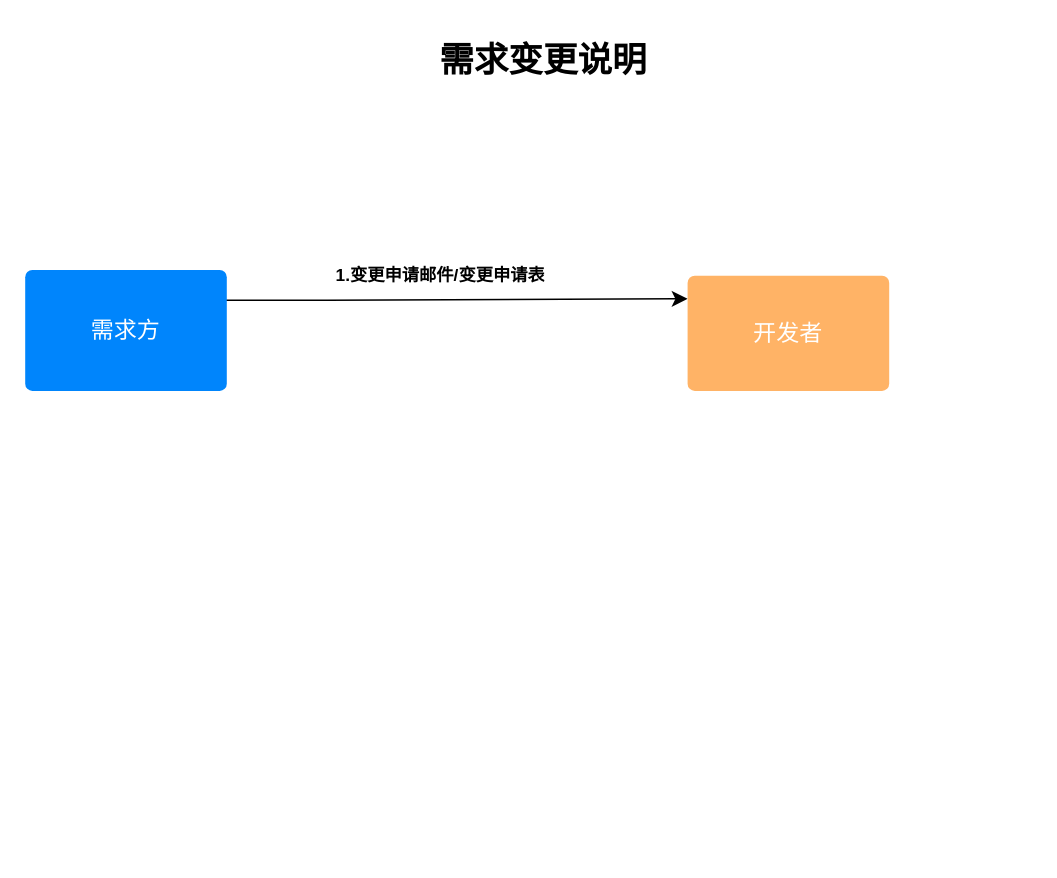
Above: 未命名绘图.drawio in ng-sec/flowchart (draw.io), before the change. Source tidied: cells renumbered, new cells numbered last; positions are measured from the earlier drawing's top-left corner, leaving out a move shared by most shapes. Both pictures are drawn from the tidied source at 144%, with x=0, y=0 at pixel (24, 39).
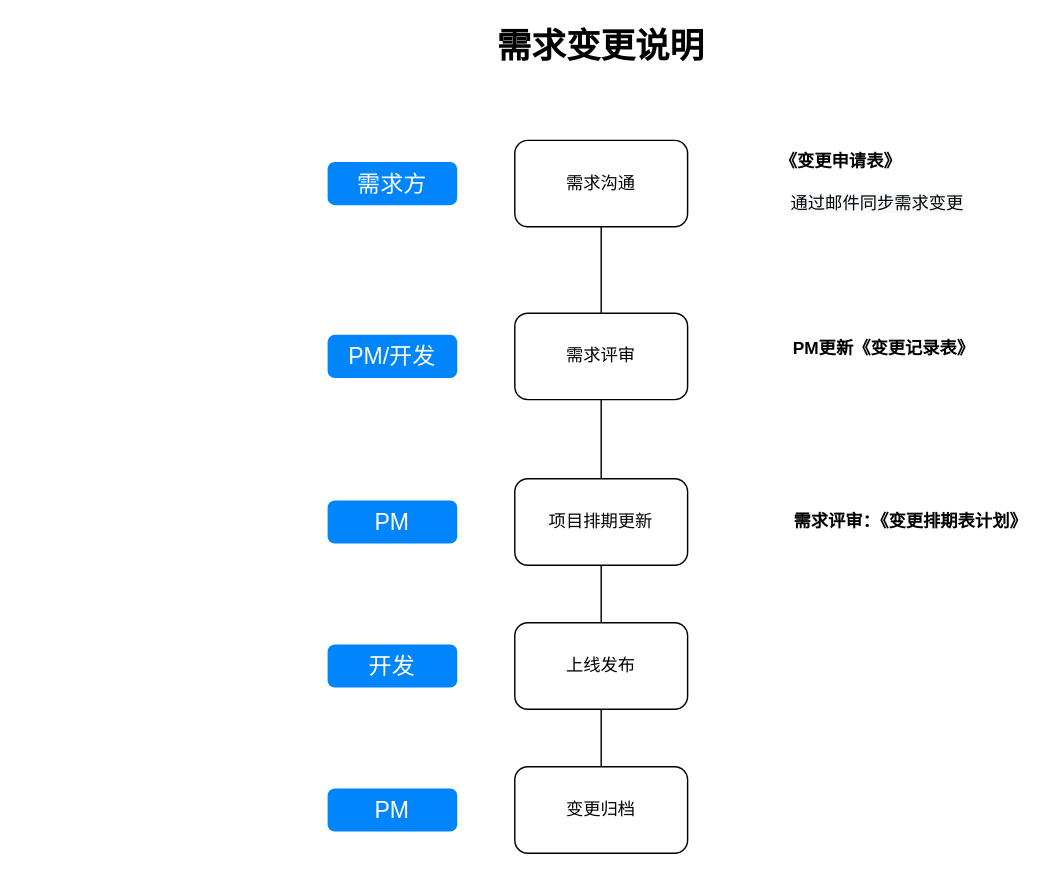
The same page after the edit.

Commit message (it also covers changes not shown here):
需求变更说明.drawio

The edit, as a diff of the source:
```diff
@@
-    <mxCell id="2" style="edgeStyle=orthogonalEdgeStyle;html=1;entryX=0;entryY=0.5;labelBackgroundColor=none;startFill=0;startSize=8;endFill=1;endSize=8;fontFamily=Verdana;fontSize=12;exitX=1;exitY=0.5;" parent="1" edge="1">
-      <mxGeometry relative="1" as="geometry">
-        <mxPoint x="130" y="180" as="sourcePoint" />
-        <mxPoint x="460" y="180" as="targetPoint" />
-        <Array as="points">
-          <mxPoint x="200" y="181" />
-          <mxPoint x="440" y="181" />
-        </Array>
-      </mxGeometry>
-    </mxCell>
     <mxCell id="3" value="需求变更说明" style="text;html=1;strokeColor=none;fillColor=none;align=center;verticalAlign=middle;whiteSpace=wrap;rounded=0;fontStyle=1;labelBackgroundColor=none;fontSize=24;" parent="1" vertex="1">
-      <mxGeometry x="280" width="160" height="30" as="geometry" />
+      <mxGeometry x="320" y="-10" width="160" height="30" as="geometry" />
     </mxCell>
-    <mxCell id="4" value="1.变更申请邮件/变更申请表" style="text;html=1;strokeColor=none;fillColor=none;spacingLeft=4;spacingRight=4;whiteSpace=wrap;overflow=hidden;rounded=1;fontStyle=1;" parent="1" vertex="1">
-      <mxGeometry x="210" y="150" width="160" height="26" as="geometry" />
-    </mxCell>
     <mxCell id="5" value="需求方" style="html=1;shadow=0;dashed=0;shape=mxgraph.bootstrap.rrect;rSize=5;strokeColor=none;strokeWidth=1;fillColor=#0085FC;fontColor=#FFFFFF;whiteSpace=wrap;align=center;verticalAlign=middle;spacingLeft=0;fontStyle=0;fontSize=16;spacing=5;labelBackgroundColor=none;" parent="1" vertex="1">
-      <mxGeometry y="160" width="140" height="84" as="geometry" />
+      <mxGeometry x="210" y="85" width="90" height="30" as="geometry" />
     </mxCell>
-    <mxCell id="6" value="开发者" style="html=1;shadow=0;dashed=0;shape=mxgraph.bootstrap.rrect;rSize=5;strokeColor=none;strokeWidth=1;fillColor=#FFB366;fontColor=#FFFFFF;whiteSpace=wrap;align=center;verticalAlign=middle;spacingLeft=0;fontStyle=0;fontSize=16;spacing=5;labelBackgroundColor=none;" parent="1" vertex="1">
-      <mxGeometry x="460" y="164" width="140" height="80" as="geometry" />
-    </mxCell>
+    <mxCell id="7" style="edgeStyle=orthogonalEdgeStyle;rounded=0;jettySize=auto;html=1;exitX=0.5;exitY=1;exitDx=0;exitDy=0;endArrow=none;endFill=0;" parent="1" edge="1" source="8">
+      <mxGeometry relative="1" as="geometry">
+        <mxPoint x="400" y="190" as="targetPoint" />
+      </mxGeometry>
+    </mxCell>
+    <mxCell id="8" value="需求沟通" style="rounded=1;whiteSpace=wrap;html=1;" parent="1" vertex="1">
+      <mxGeometry x="340" y="70" width="120" height="60" as="geometry" />
+    </mxCell>
+    <mxCell id="9" value="《变更申请表》" style="text;html=1;strokeColor=none;fillColor=none;align=center;verticalAlign=middle;whiteSpace=wrap;rounded=0;fontStyle=1;" parent="1" vertex="1">
+      <mxGeometry x="480" y="70" width="172.5" height="30" as="geometry" />
+    </mxCell>
+    <mxCell id="10" value="需求评审：《变更排期表计划》" style="text;html=1;strokeColor=none;fillColor=none;align=center;verticalAlign=middle;whiteSpace=wrap;rounded=0;fontStyle=1;" parent="1" vertex="1">
+      <mxGeometry x="530" y="320" width="170" height="30" as="geometry" />
+    </mxCell>
+    <mxCell id="11" style="edgeStyle=orthogonalEdgeStyle;rounded=0;jettySize=auto;html=1;exitX=0.5;exitY=1;exitDx=0;exitDy=0;entryX=0.5;entryY=0;entryDx=0;entryDy=0;endArrow=none;endFill=0;" parent="1" edge="1" source="12" target="15">
+      <mxGeometry relative="1" as="geometry" />
+    </mxCell>
+    <mxCell id="12" value="需求评审" style="rounded=1;whiteSpace=wrap;html=1;" parent="1" vertex="1">
+      <mxGeometry x="340" y="190" width="120" height="60" as="geometry" />
+    </mxCell>
+    <mxCell id="13" value="PM/开发" style="html=1;shadow=0;dashed=0;shape=mxgraph.bootstrap.rrect;rSize=5;strokeColor=none;strokeWidth=1;fillColor=#0085FC;fontColor=#FFFFFF;whiteSpace=wrap;align=center;verticalAlign=middle;spacingLeft=0;fontStyle=0;fontSize=16;spacing=5;labelBackgroundColor=none;" parent="1" vertex="1">
+      <mxGeometry x="210" y="205" width="90" height="30" as="geometry" />
+    </mxCell>
+    <mxCell id="14" style="edgeStyle=orthogonalEdgeStyle;rounded=0;jettySize=auto;html=1;exitX=0.5;exitY=1;exitDx=0;exitDy=0;entryX=0.5;entryY=0;entryDx=0;entryDy=0;endArrow=none;endFill=0;" parent="1" edge="1" source="15" target="17">
+      <mxGeometry relative="1" as="geometry" />
+    </mxCell>
+    <mxCell id="15" value="项目排期更新" style="rounded=1;whiteSpace=wrap;html=1;" parent="1" vertex="1">
+      <mxGeometry x="340" y="305" width="120" height="60" as="geometry" />
+    </mxCell>
+    <mxCell id="16" style="edgeStyle=orthogonalEdgeStyle;rounded=0;jettySize=auto;html=1;exitX=0.5;exitY=1;exitDx=0;exitDy=0;entryX=0.5;entryY=0;entryDx=0;entryDy=0;endArrow=none;endFill=0;" parent="1" edge="1" source="17" target="18">
+      <mxGeometry relative="1" as="geometry" />
+    </mxCell>
+    <mxCell id="17" value="上线发布" style="rounded=1;whiteSpace=wrap;html=1;" parent="1" vertex="1">
+      <mxGeometry x="340" y="405" width="120" height="60" as="geometry" />
+    </mxCell>
+    <mxCell id="18" value="变更归档" style="rounded=1;whiteSpace=wrap;html=1;" parent="1" vertex="1">
+      <mxGeometry x="340" y="505" width="120" height="60" as="geometry" />
+    </mxCell>
+    <mxCell id="19" value="PM" style="html=1;shadow=0;dashed=0;shape=mxgraph.bootstrap.rrect;rSize=5;strokeColor=none;strokeWidth=1;fillColor=#0085FC;fontColor=#FFFFFF;whiteSpace=wrap;align=center;verticalAlign=middle;spacingLeft=0;fontStyle=0;fontSize=16;spacing=5;labelBackgroundColor=none;" parent="1" vertex="1">
+      <mxGeometry x="210" y="320" width="90" height="30" as="geometry" />
+    </mxCell>
+    <mxCell id="20" value="开发" style="html=1;shadow=0;dashed=0;shape=mxgraph.bootstrap.rrect;rSize=5;strokeColor=none;strokeWidth=1;fillColor=#0085FC;fontColor=#FFFFFF;whiteSpace=wrap;align=center;verticalAlign=middle;spacingLeft=0;fontStyle=0;fontSize=16;spacing=5;labelBackgroundColor=none;" parent="1" vertex="1">
+      <mxGeometry x="210" y="420" width="90" height="30" as="geometry" />
+    </mxCell>
+    <mxCell id="21" value="PM" style="html=1;shadow=0;dashed=0;shape=mxgraph.bootstrap.rrect;rSize=5;strokeColor=none;strokeWidth=1;fillColor=#0085FC;fontColor=#FFFFFF;whiteSpace=wrap;align=center;verticalAlign=middle;spacingLeft=0;fontStyle=0;fontSize=16;spacing=5;labelBackgroundColor=none;" parent="1" vertex="1">
+      <mxGeometry x="210" y="520" width="90" height="30" as="geometry" />
+    </mxCell>
+    <mxCell id="22" value="PM更新《变更记录表》" style="text;html=1;strokeColor=none;fillColor=none;align=center;verticalAlign=middle;whiteSpace=wrap;rounded=0;fontStyle=1;" parent="1" vertex="1">
+      <mxGeometry x="530" y="200" width="132.5" height="30" as="geometry" />
+    </mxCell>
+    <mxCell id="23" value="&lt;span style=&quot;color: rgb(0, 0, 0); font-family: helvetica; font-size: 12px; font-style: normal; letter-spacing: normal; text-align: center; text-indent: 0px; text-transform: none; word-spacing: 0px; background-color: rgb(248, 249, 250); display: inline; float: none;&quot;&gt;通过邮件同步需求变更&lt;/span&gt;" style="text;whiteSpace=wrap;html=1;fontStyle=0;" parent="1" vertex="1">
+      <mxGeometry x="530" y="100" width="150" height="30" as="geometry" />
+    </mxCell>
```
